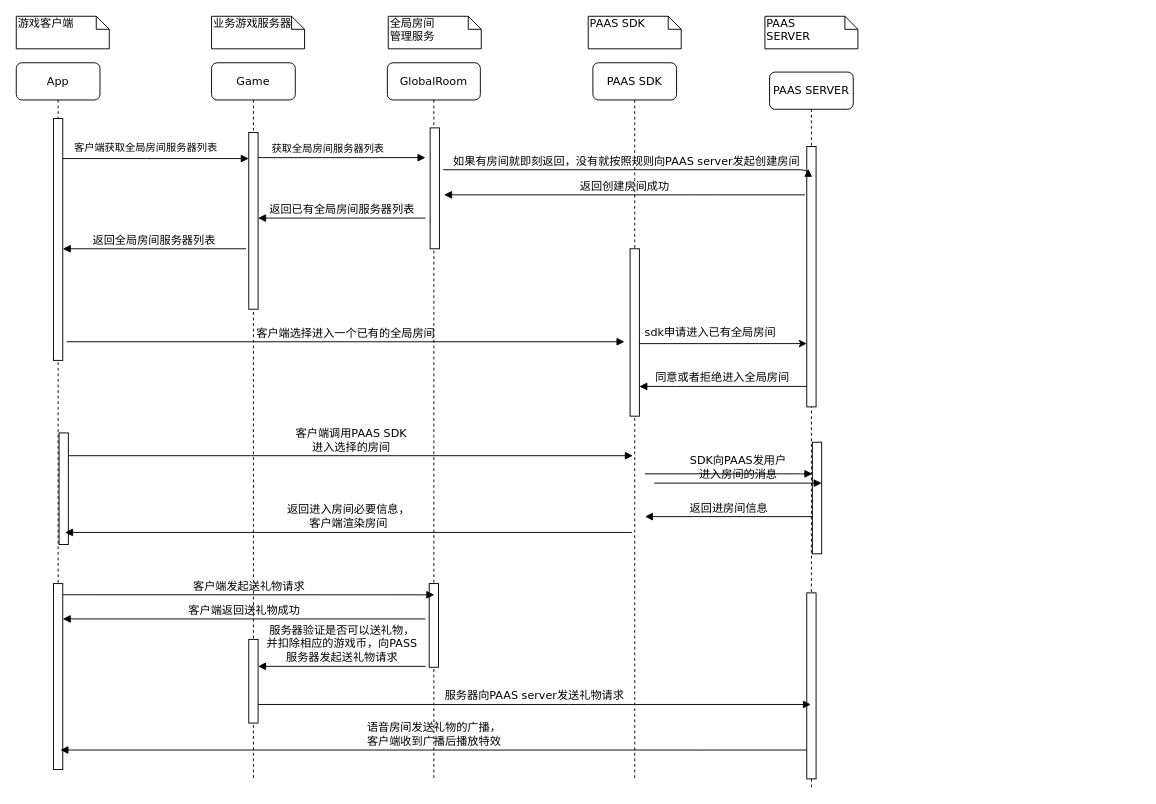
Earlier version of the draw.io diagram images/Untitled Diagram.drawio (apppur/apppur.github.io). Source tidied: cells renumbered, new cells numbered last; positions are measured from the earlier drawing's top-left corner, leaving out a move shared by most shapes. Both pictures are drawn from the tidied source at 93%, with x=0, y=0 at pixel (16, 16).
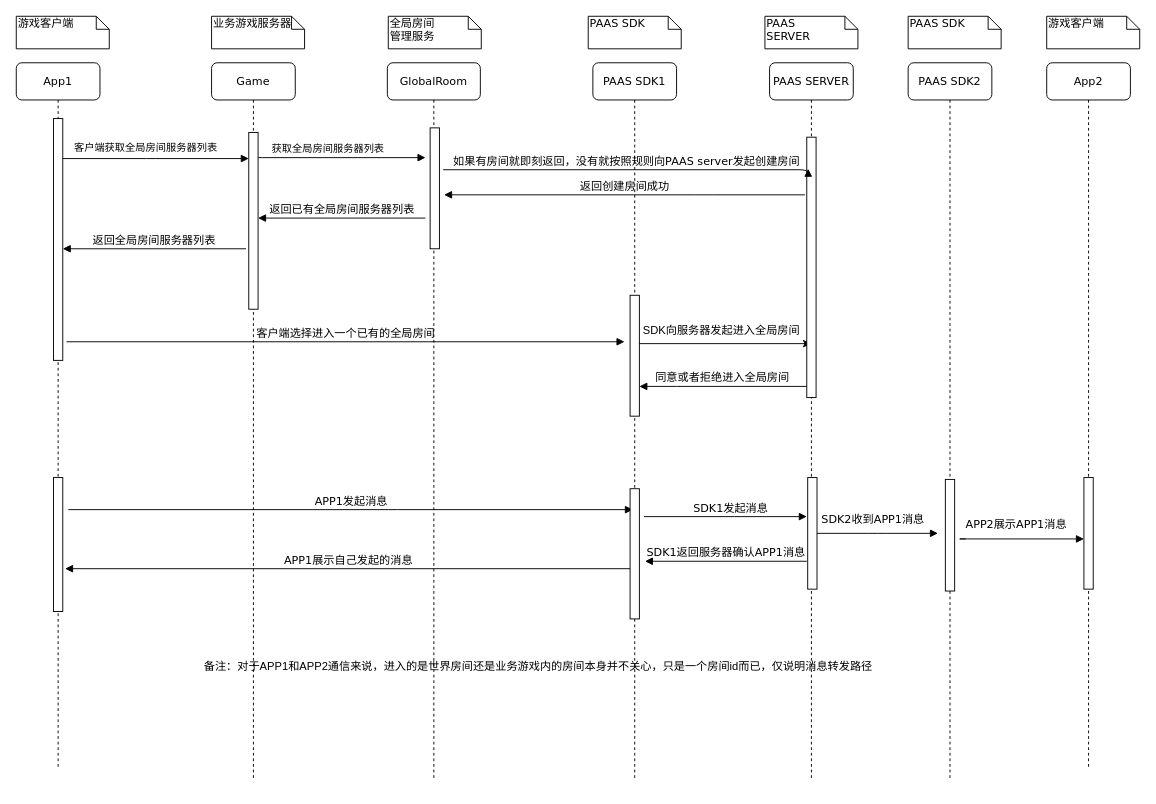
The same page after the edit.

The change refers to these unchanged cells:
```xml
<mxCell id="2" value="Game" style="shape=umlLifeline;perimeter=lifelinePerimeter;whiteSpace=wrap;html=1;rounded=1;shadow=0;comic=0;labelBackgroundColor=none;strokeWidth=1;fontFamily=Verdana;fontSize=12;align=center;" parent="1" vertex="1">
  <mxGeometry x="210" y="50" width="90" height="770" as="geometry" />
</mxCell>
<mxCell id="9" style="html=1;points=[];perimeter=orthogonalPerimeter;rounded=0;shadow=0;comic=0;labelBackgroundColor=none;strokeWidth=1;fontFamily=Verdana;fontSize=12;align=center;" parent="7" vertex="1">
  <mxGeometry x="40" y="80" width="10" height="280" as="geometry" />
</mxCell>
<mxCell id="22" value="GlobalRoom" style="shape=umlLifeline;perimeter=lifelinePerimeter;whiteSpace=wrap;html=1;rounded=1;shadow=0;comic=0;labelBackgroundColor=none;strokeWidth=1;fontFamily=Verdana;fontSize=12;align=center;" parent="1" vertex="1">
  <mxGeometry x="399" y="50" width="100" height="770" as="geometry" />
</mxCell>
```

What changed in the source:
```diff
@@
-    <mxCell id="3" style="html=1;perimeter=orthogonalPerimeter;rounded=0;shadow=0;comic=0;labelBackgroundColor=none;strokeWidth=1;fontFamily=Verdana;fontSize=12;align=center;" parent="2" vertex="1">
-      <mxGeometry x="40" y="620" width="10" height="90" as="geometry" />
-    </mxCell>
-    <mxCell id="4" value="PAAS SDK" style="shape=umlLifeline;perimeter=lifelinePerimeter;whiteSpace=wrap;html=1;rounded=1;shadow=0;comic=0;labelBackgroundColor=none;strokeWidth=1;fontFamily=Verdana;fontSize=12;align=center;" parent="1" vertex="1">
+    <mxCell id="4" value="PAAS SDK1" style="shape=umlLifeline;perimeter=lifelinePerimeter;whiteSpace=wrap;html=1;rounded=1;shadow=0;comic=0;labelBackgroundColor=none;strokeWidth=1;fontFamily=Verdana;fontSize=12;align=center;" parent="1" vertex="1">
       <mxGeometry x="620" y="50" width="90" height="770" as="geometry" />
     </mxCell>
     <mxCell id="5" style="html=1;perimeter=orthogonalPerimeter;rounded=0;shadow=0;comic=0;labelBackgroundColor=none;strokeWidth=1;fontFamily=Verdana;fontSize=12;align=center;" parent="4" vertex="1">
-      <mxGeometry x="40" y="200" width="10" height="180" as="geometry" />
+      <mxGeometry x="40" y="250" width="10" height="130" as="geometry" />
     </mxCell>
-    <mxCell id="6" style="endArrow=classic;html=1;entryX=0;entryY=0.757;entryDx=0;entryDy=0;entryPerimeter=0;" parent="4" edge="1" target="9">
+    <mxCell id="6" style="endArrow=classic;html=1;" parent="4" edge="1" target="7">
       <mxGeometry relative="1" as="geometry">
         <mxPoint x="50" y="302" as="sourcePoint" />
       </mxGeometry>
     </mxCell>
     <mxCell id="7" value="PAAS SERVER" style="shape=umlLifeline;perimeter=lifelinePerimeter;whiteSpace=wrap;html=1;outlineConnect=0;rounded=1;shadow=0;comic=0;labelBackgroundColor=none;strokeWidth=1;fontFamily=Verdana;fontSize=12;align=center;" parent="1" vertex="1">
-      <mxGeometry x="810" y="60" width="90" height="770" as="geometry" />
+      <mxGeometry x="810" y="50" width="90" height="770" as="geometry" />
     </mxCell>
     <mxCell id="8" style="html=1;perimeter=orthogonalPerimeter;rounded=0;shadow=0;comic=0;labelBackgroundColor=none;strokeWidth=1;fontFamily=Verdana;fontSize=12;align=center;" parent="7" vertex="1">
-      <mxGeometry x="46" y="398" width="10" height="120" as="geometry" />
+      <mxGeometry x="41" y="446" width="10" height="120" as="geometry" />
     </mxCell>
@@
-    <mxCell id="10" style="html=1;perimeter=orthogonalPerimeter;rounded=0;shadow=0;comic=0;labelBackgroundColor=none;strokeWidth=1;fontFamily=Verdana;fontSize=12;align=center;" parent="7" vertex="1">
-      <mxGeometry x="40" y="560" width="10" height="200" as="geometry" />
-    </mxCell>
-    <mxCell id="11" value="App" style="shape=umlLifeline;perimeter=lifelinePerimeter;whiteSpace=wrap;html=1;rounded=1;shadow=0;comic=0;labelBackgroundColor=none;strokeWidth=1;fontFamily=Verdana;fontSize=12;align=center;" parent="1" vertex="1">
+    <mxCell id="11" value="App1" style="shape=umlLifeline;perimeter=lifelinePerimeter;whiteSpace=wrap;html=1;rounded=1;shadow=0;comic=0;labelBackgroundColor=none;strokeWidth=1;fontFamily=Verdana;fontSize=12;align=center;" parent="1" vertex="1">
       <mxGeometry y="50" width="90" height="760" as="geometry" />
     </mxCell>
@@
     <mxCell id="13" style="html=1;perimeter=orthogonalPerimeter;rounded=0;shadow=0;comic=0;labelBackgroundColor=none;strokeWidth=1;fontFamily=Verdana;fontSize=12;align=center;" parent="11" vertex="1">
-      <mxGeometry x="46" y="398" width="10" height="120" as="geometry" />
+      <mxGeometry x="40" y="446" width="10" height="144" as="geometry" />
     </mxCell>
@@
-    <mxCell id="19" value="客户端调用PAAS&amp;nbsp;SDK&lt;br&gt;进入选择的房间" style="html=1;verticalAlign=bottom;endArrow=block;labelBackgroundColor=none;fontFamily=Verdana;fontSize=12;edgeStyle=elbowEdgeStyle;elbow=vertical;exitX=0.5;exitY=0.2;exitDx=0;exitDy=0;exitPerimeter=0;" parent="1" edge="1">
+    <mxCell id="19" value="APP1发起消息" style="html=1;verticalAlign=bottom;endArrow=block;labelBackgroundColor=none;fontFamily=Verdana;fontSize=12;edgeStyle=elbowEdgeStyle;elbow=vertical;exitX=0.5;exitY=0.2;exitDx=0;exitDy=0;exitPerimeter=0;" parent="1" edge="1">
       <mxGeometry relative="1" as="geometry">
-        <mxPoint x="56" y="472.5" as="sourcePoint" />
-        <mxPoint x="663" y="472.5" as="targetPoint" />
+        <mxPoint x="56" y="530.5" as="sourcePoint" />
+        <mxPoint x="663" y="530.5" as="targetPoint" />
         <Array as="points">
-          <mxPoint x="400" y="472.5" />
+          <mxPoint x="400" y="530.5" />
         </Array>
       </mxGeometry>
     </mxCell>
-    <mxCell id="20" value="sdk申请进入已有全局房间" style="html=1;verticalAlign=bottom;endArrow=block;labelBackgroundColor=none;fontFamily=Verdana;fontSize=12;edgeStyle=elbowEdgeStyle;elbow=vertical;entryX=0;entryY=0.25;entryDx=0;entryDy=0;entryPerimeter=0;" parent="1" edge="1">
-      <mxGeometry x="-0.22" y="143" relative="1" as="geometry">
-        <mxPoint x="676" y="492" as="sourcePoint" />
-        <mxPoint x="856" y="492" as="targetPoint" />
-        <Array as="points">
-          <mxPoint x="850" y="492" />
-        </Array>
-      </mxGeometry>
-    </mxCell>
-    <mxCell id="21" value="返回进入房间必要信息，&lt;br&gt;客户端渲染房间" style="html=1;verticalAlign=bottom;endArrow=block;labelBackgroundColor=none;fontFamily=Verdana;fontSize=12;" parent="1" edge="1">
+    <mxCell id="21" value="APP1展示自己发起的消息" style="html=1;verticalAlign=bottom;endArrow=block;labelBackgroundColor=none;fontFamily=Verdana;fontSize=12;" parent="1" edge="1">
       <mxGeometry relative="1" as="geometry">
-        <mxPoint x="662" y="555" as="sourcePoint" />
-        <mxPoint x="52.5" y="555" as="targetPoint" />
+        <mxPoint x="662" y="594" as="sourcePoint" />
+        <mxPoint x="52.5" y="594" as="targetPoint" />
       </mxGeometry>
     </mxCell>
@@
-    <mxCell id="23" style="html=1;perimeter=orthogonalPerimeter;rounded=0;shadow=0;comic=0;labelBackgroundColor=none;strokeWidth=1;fontFamily=Verdana;fontSize=12;align=center;" parent="22" vertex="1">
-      <mxGeometry x="45" y="560" width="10" height="90" as="geometry" />
-    </mxCell>
@@
-    <mxCell id="26" style="html=1;perimeter=orthogonalPerimeter;rounded=0;shadow=0;comic=0;labelBackgroundColor=none;strokeWidth=1;fontFamily=Verdana;fontSize=12;align=center;" parent="1" vertex="1">
-      <mxGeometry x="40" y="610" width="10" height="200" as="geometry" />
-    </mxCell>
-    <mxCell id="27" value="客户端发起送礼物请求" style="html=1;verticalAlign=bottom;endArrow=block;labelBackgroundColor=none;fontFamily=Verdana;fontSize=12;edgeStyle=elbowEdgeStyle;elbow=vertical;exitX=0.5;exitY=0.068;exitDx=0;exitDy=0;exitPerimeter=0;" parent="1" edge="1">
-      <mxGeometry relative="1" as="geometry">
-        <mxPoint x="50" y="622" as="sourcePoint" />
-        <mxPoint x="449.5" y="622.1" as="targetPoint" />
-        <Array as="points">
-          <mxPoint x="175" y="622.1" />
-          <mxPoint x="185" y="652.1" />
-        </Array>
-      </mxGeometry>
-    </mxCell>
-    <mxCell id="28" value="服务器向PAAS server发送礼物请求" style="html=1;verticalAlign=bottom;endArrow=block;labelBackgroundColor=none;fontFamily=Verdana;fontSize=12;edgeStyle=elbowEdgeStyle;elbow=vertical;exitX=0.5;exitY=0.2;exitDx=0;exitDy=0;exitPerimeter=0;" parent="1" edge="1" target="7">
-      <mxGeometry relative="1" as="geometry">
-        <mxPoint x="260" y="740" as="sourcePoint" />
-        <Array as="points">
-          <mxPoint x="604" y="740" />
-        </Array>
-      </mxGeometry>
-    </mxCell>
-    <mxCell id="29" value="语音房间发送礼物的广播，&lt;br&gt;客户端收到广播后播放特效" style="html=1;verticalAlign=bottom;endArrow=block;labelBackgroundColor=none;fontFamily=Verdana;fontSize=12;" parent="1" edge="1">
-      <mxGeometry relative="1" as="geometry">
-        <mxPoint x="850" y="789" as="sourcePoint" />
-        <mxPoint x="47.5" y="789" as="targetPoint" />
-        <Array as="points">
-          <mxPoint x="743" y="789" />
-        </Array>
-      </mxGeometry>
-    </mxCell>
-    <mxCell id="30" value="客户端返回送礼物成功" style="html=1;verticalAlign=bottom;endArrow=block;labelBackgroundColor=none;fontFamily=Verdana;fontSize=12;" parent="1" edge="1">
-      <mxGeometry relative="1" as="geometry">
-        <mxPoint x="440" y="648" as="sourcePoint" />
-        <mxPoint x="50" y="648" as="targetPoint" />
-      </mxGeometry>
-    </mxCell>
-    <mxCell id="31" value="返回进房间信息" style="html=1;verticalAlign=bottom;endArrow=block;labelBackgroundColor=none;fontFamily=Verdana;fontSize=12;" parent="1" edge="1">
+    <mxCell id="31" value="SDK1返回服务器确认APP1消息" style="html=1;verticalAlign=bottom;endArrow=block;labelBackgroundColor=none;fontFamily=Verdana;fontSize=12;" parent="1" edge="1">
       <mxGeometry relative="1" as="geometry">
-        <mxPoint x="856" y="538" as="sourcePoint" />
-        <mxPoint x="676" y="538" as="targetPoint" />
+        <mxPoint x="850" y="586" as="sourcePoint" />
+        <mxPoint x="676" y="586" as="targetPoint" />
       </mxGeometry>
     </mxCell>
@@
-    <mxCell id="37" value="服务器验证是否可以送礼物，&lt;br&gt;并扣除相应的游戏币，向PASS&lt;br&gt;服务器发起送礼物请求" style="html=1;verticalAlign=bottom;endArrow=block;labelBackgroundColor=none;fontFamily=Verdana;fontSize=12;" parent="1" edge="1">
-      <mxGeometry relative="1" as="geometry">
-        <mxPoint x="440" y="699" as="sourcePoint" />
-        <mxPoint x="260" y="699" as="targetPoint" />
-      </mxGeometry>
-    </mxCell>
@@
-    <mxCell id="42" value="SDK向PAAS发用户&lt;br&gt;进入房间的消息" style="html=1;verticalAlign=bottom;endArrow=block;labelBackgroundColor=none;fontFamily=Verdana;fontSize=12;edgeStyle=elbowEdgeStyle;elbow=vertical;entryX=0;entryY=0.25;entryDx=0;entryDy=0;entryPerimeter=0;" parent="1" edge="1">
-      <mxGeometry relative="1" as="geometry">
-        <mxPoint x="686" y="502" as="sourcePoint" />
-        <mxPoint x="866" y="502" as="targetPoint" />
-        <Array as="points">
-          <mxPoint x="860" y="502" />
-        </Array>
+    <mxCell id="42" value="SDK1发起消息" style="html=1;verticalAlign=bottom;endArrow=block;labelBackgroundColor=none;fontFamily=Verdana;fontSize=12;edgeStyle=elbowEdgeStyle;elbow=vertical;" parent="1" edge="1">
+      <mxGeometry x="0.06" relative="1" as="geometry">
+        <mxPoint x="675" y="538" as="sourcePoint" />
+        <mxPoint x="850" y="538" as="targetPoint" />
       </mxGeometry>
     </mxCell>
@@
+    <mxCell id="44" style="html=1;perimeter=orthogonalPerimeter;rounded=0;shadow=0;comic=0;labelBackgroundColor=none;strokeWidth=1;fontFamily=Verdana;fontSize=12;align=center;" parent="1" vertex="1">
+      <mxGeometry x="660" y="508" width="10" height="140" as="geometry" />
+    </mxCell>
+    <mxCell id="45" value="游戏客户端&lt;br&gt;" style="shape=note;whiteSpace=wrap;html=1;size=14;verticalAlign=top;align=left;spacingTop=-6;rounded=0;shadow=0;comic=0;labelBackgroundColor=none;strokeWidth=1;fontFamily=Verdana;fontSize=12;" parent="1" vertex="1">
+      <mxGeometry x="1108" width="100" height="35" as="geometry" />
+    </mxCell>
+    <mxCell id="46" value="App2" style="shape=umlLifeline;perimeter=lifelinePerimeter;whiteSpace=wrap;html=1;rounded=1;shadow=0;comic=0;labelBackgroundColor=none;strokeWidth=1;fontFamily=Verdana;fontSize=12;align=center;" parent="1" vertex="1">
+      <mxGeometry x="1108" y="50" width="90" height="760" as="geometry" />
+    </mxCell>
+    <mxCell id="47" style="html=1;points=[];perimeter=orthogonalPerimeter;rounded=0;shadow=0;comic=0;labelBackgroundColor=none;strokeWidth=1;fontFamily=Verdana;fontSize=12;align=center;" parent="46" vertex="1">
+      <mxGeometry x="40" y="446" width="10" height="120" as="geometry" />
+    </mxCell>
+    <mxCell id="48" value="PAAS SDK" style="shape=note;whiteSpace=wrap;html=1;size=14;verticalAlign=top;align=left;spacingTop=-6;rounded=0;shadow=0;comic=0;labelBackgroundColor=none;strokeWidth=1;fontFamily=Verdana;fontSize=12;" parent="1" vertex="1">
+      <mxGeometry x="959" width="100" height="35" as="geometry" />
+    </mxCell>
+    <mxCell id="49" value="PAAS SDK2" style="shape=umlLifeline;perimeter=lifelinePerimeter;whiteSpace=wrap;html=1;rounded=1;shadow=0;comic=0;labelBackgroundColor=none;strokeWidth=1;fontFamily=Verdana;fontSize=12;align=center;" parent="1" vertex="1">
+      <mxGeometry x="959" y="50" width="90" height="770" as="geometry" />
+    </mxCell>
+    <mxCell id="50" style="html=1;perimeter=orthogonalPerimeter;rounded=0;shadow=0;comic=0;labelBackgroundColor=none;strokeWidth=1;fontFamily=Verdana;fontSize=12;align=center;" parent="49" vertex="1">
+      <mxGeometry x="40" y="448" width="10" height="120" as="geometry" />
+    </mxCell>
+    <mxCell id="51" value="SDK2收到APP1消息" style="html=1;verticalAlign=bottom;endArrow=block;labelBackgroundColor=none;fontFamily=Verdana;fontSize=12;edgeStyle=elbowEdgeStyle;elbow=vertical;" parent="49" edge="1">
+      <mxGeometry x="-0.08" y="6" relative="1" as="geometry">
+        <mxPoint x="-98" y="506" as="sourcePoint" />
+        <mxPoint x="32" y="506" as="targetPoint" />
+      </mxGeometry>
+    </mxCell>
+    <mxCell id="52" value="APP2展示APP1消息" style="html=1;verticalAlign=bottom;endArrow=block;labelBackgroundColor=none;fontFamily=Verdana;fontSize=12;edgeStyle=elbowEdgeStyle;elbow=vertical;" parent="1" edge="1" target="47">
+      <mxGeometry y="6" relative="1" as="geometry">
+        <mxPoint x="1021" y="562" as="sourcePoint" />
+        <Array as="points">
+          <mxPoint x="1011" y="562" />
+          <mxPoint x="1141" y="562" />
+        </Array>
+      </mxGeometry>
+    </mxCell>
+    <mxCell id="53" value="SDK向服务器发起进入全局房间" style="text;html=1;align=center;verticalAlign=middle;" parent="1" vertex="1">
+      <mxGeometry x="668" y="328" width="180" height="20" as="geometry" />
+    </mxCell>
+    <mxCell id="54" value="备注：对于APP1和APP2通信来说，进入的是世界房间还是业务游戏内的房间本身并不关心，只是一个房间id而已，仅说明消息转发路径" style="text;html=1;align=center;verticalAlign=middle;" parent="1" vertex="1">
+      <mxGeometry x="196" y="689" width="730" height="20" as="geometry" />
+    </mxCell>
```
